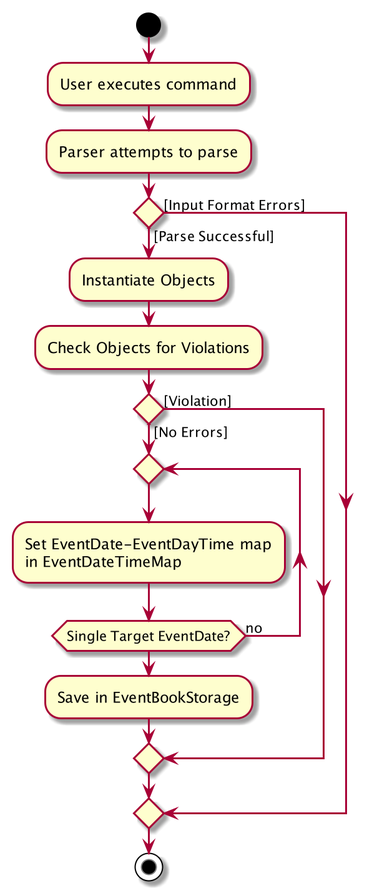
This is docs/images/SettingEventDateActivityDiagram.png from nus-cs2103-AY1920S1/addressbook-level3, a PlantUML export, as it was before one commit. Its diagram source:
```plantuml
@startuml
start
:User executes command;
:Parser attempts to parse;

if () then ([Parse Successful])
    :Instantiate Objects;
    :Check Objects for Violations;
    if() then ([No Errors])
    repeat
    :Set EventDate-EventDayTime map
    in EventDateTimeMap;
    repeat while (Single Target EventDate?) is (no)
    :Save in EventBookStorage;
    else([Violation])
    endif
else ([Input Format Errors])
endif
stop
@enduml
```
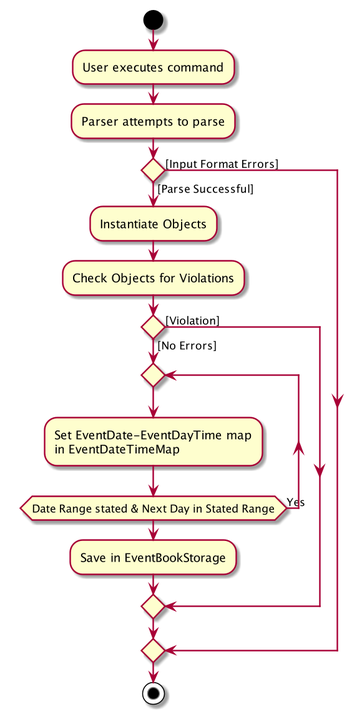
After the commit.

Diff of the diagram source:
```diff
@@ -10,7 +10,7 @@
     repeat
     :Set EventDate-EventDayTime map
     in EventDateTimeMap;
-    repeat while (Single Target EventDate?) is (no)
+    repeat while (Date Range stated & Next Day in Stated Range) is (Yes)
     :Save in EventBookStorage;
     else([Violation])
     endif
```
